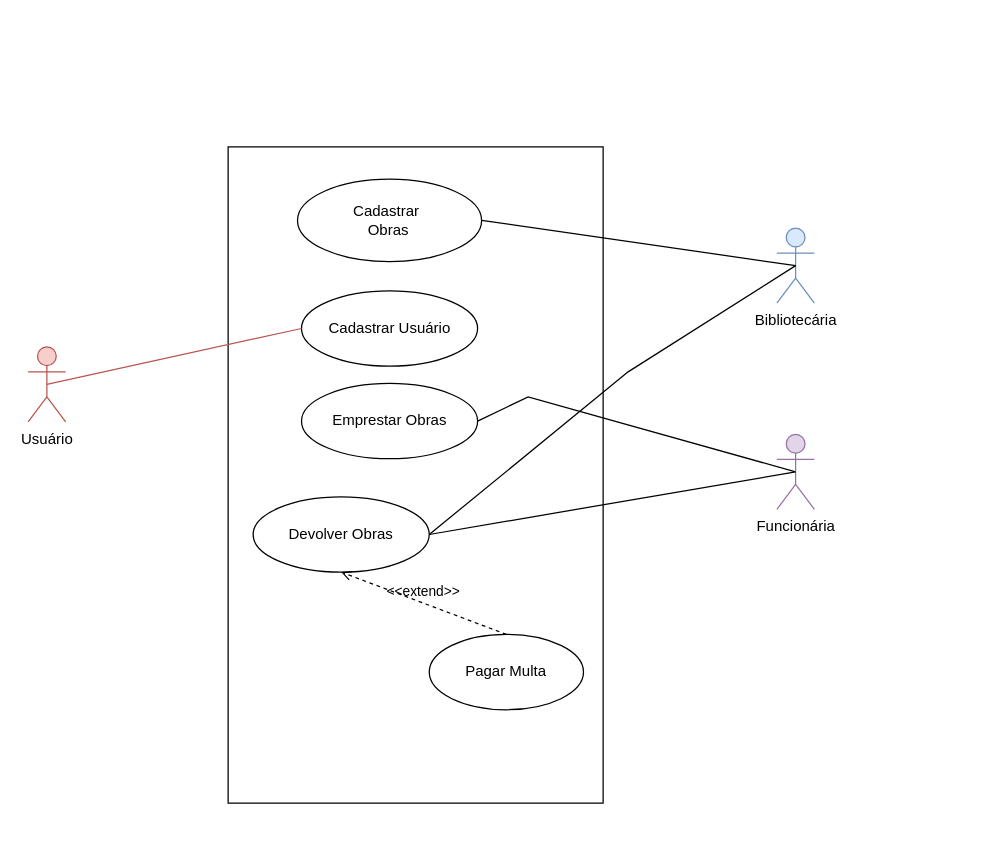
The draw.io diagram Diagrama1.drawio in NicolasEisfeld/Desen-Sistemas-EMI1, before the edit. Source tidied: cells renumbered, new cells numbered last; positions are measured from the earlier drawing's top-left corner, leaving out a move shared by most shapes. Both pictures are drawn from the tidied source at 125%, with x=0, y=0 at pixel (28, 146).
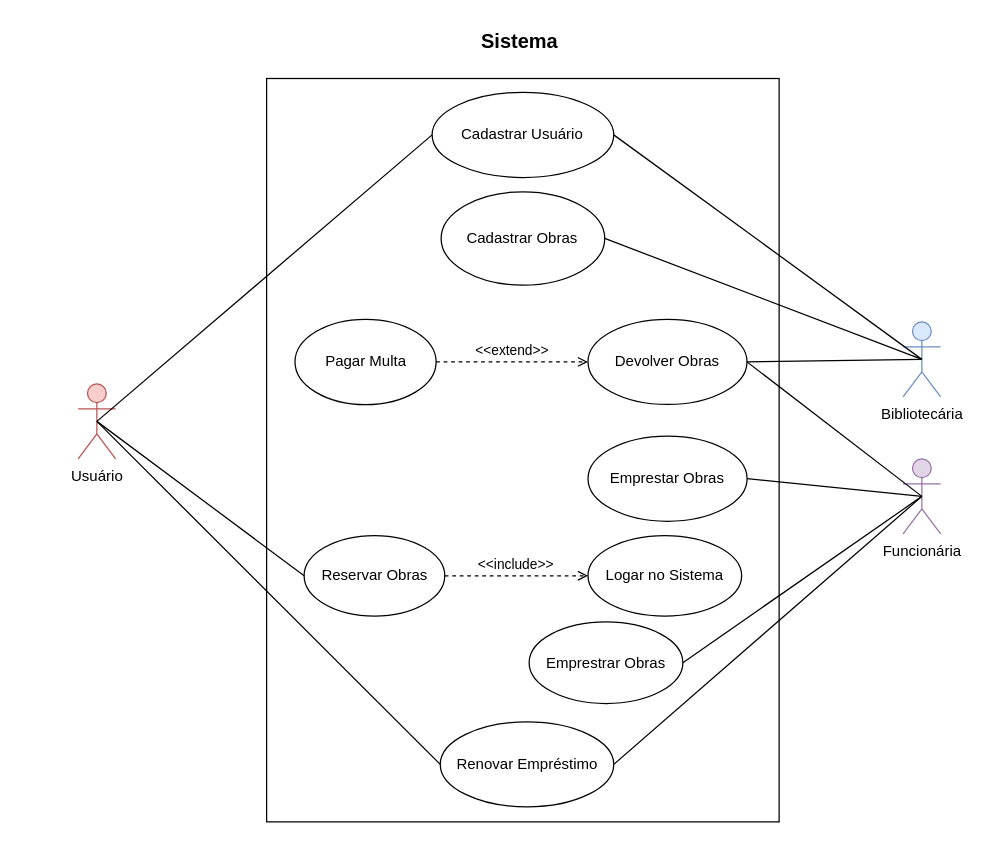
After the change.

Diff of the diagram source:
```diff
@@
     <mxCell id="2" value="Bibliotecária" style="shape=umlActor;verticalLabelPosition=bottom;verticalAlign=top;html=1;outlineConnect=0;fillColor=#dae8fc;strokeColor=#6c8ebf;" parent="1" vertex="1">
-      <mxGeometry x="599" y="65" width="30" height="60" as="geometry" />
+      <mxGeometry x="700" y="140" width="30" height="60" as="geometry" />
     </mxCell>
+    <mxCell id="11" value="Usuário" style="shape=umlActor;verticalLabelPosition=bottom;verticalAlign=top;html=1;fillColor=#f8cecc;strokeColor=#b85450;" parent="1" vertex="1">
+      <mxGeometry x="40" y="189.6" width="30" height="60" as="geometry" />
+    </mxCell>
+    <mxCell id="15" value="Funcionária" style="shape=umlActor;verticalLabelPosition=bottom;verticalAlign=top;html=1;fillColor=#e1d5e7;strokeColor=#9673a6;" parent="1" vertex="1">
+      <mxGeometry x="700" y="249.6" width="30" height="60" as="geometry" />
+    </mxCell>
+    <mxCell id="18" style="group;" parent="1" vertex="1">
+      <mxGeometry x="180" y="-100" width="410" height="640" as="geometry" />
+    </mxCell>
+    <mxCell id="19" style="group;" parent="18" vertex="1">
+      <mxGeometry x="10.8" y="11.3" width="410" height="628.7" as="geometry" />
+    </mxCell>
-    <mxCell id="3" style="group;rounded=0;dashed=1;" parent="1" vertex="1">
-      <mxGeometry x="160" width="300" height="525" as="geometry" />
+    <mxCell id="3" style="group;rounded=0;dashed=1;" parent="19" vertex="1">
+      <mxGeometry y="34" width="410" height="594.7" as="geometry" />
     </mxCell>
     <mxCell id="4" style="rounded=0;whiteSpace=wrap;html=1;" parent="3" vertex="1">
-      <mxGeometry width="300" height="525" as="geometry" />
+      <mxGeometry width="410" height="594.7" as="geometry" />
     </mxCell>
-    <mxCell id="5" value="Cadastrar&amp;nbsp;&lt;br&gt;Obras" style="ellipse;whiteSpace=wrap;html=1;" parent="3" vertex="1">
-      <mxGeometry x="55.5" y="25.8" width="147.3" height="66" as="geometry" />
+    <mxCell id="5" value="Cadastrar&amp;nbsp;Obras" style="ellipse;whiteSpace=wrap;html=1;" parent="3" vertex="1">
+      <mxGeometry x="139.6" y="90.6" width="130.9" height="74.7" as="geometry" />
     </mxCell>
     <mxCell id="6" value="Cadastrar Usuário" style="ellipse;whiteSpace=wrap;html=1;" parent="3" vertex="1">
-      <mxGeometry x="58.7" y="115.2" width="140.9" height="60.2" as="geometry" />
+      <mxGeometry x="132.4" y="11" width="145.3" height="68.2" as="geometry" />
     </mxCell>
     <mxCell id="7" value="Emprestar Obras" style="ellipse;whiteSpace=wrap;html=1;" parent="3" vertex="1">
-      <mxGeometry x="58.7" y="189.3" width="140.9" height="60.2" as="geometry" />
+      <mxGeometry x="257.1" y="286" width="127.3" height="68.2" as="geometry" />
     </mxCell>
     <mxCell id="8" value="Pagar Multa" style="ellipse;whiteSpace=wrap;html=1;" parent="3" vertex="1">
-      <mxGeometry x="160.9" y="390" width="123.4" height="60.3" as="geometry" />
+      <mxGeometry x="22.7" y="192.6" width="112.9" height="68.3" as="geometry" />
     </mxCell>
     <mxCell id="9" value="Devolver Obras" style="ellipse;whiteSpace=wrap;html=1;" parent="3" vertex="1">
-      <mxGeometry x="20" y="280" width="140.9" height="60.2" as="geometry" />
+      <mxGeometry x="257.1" y="192.6" width="127.2" height="68.2" as="geometry" />
     </mxCell>
-    <mxCell id="10" value="&amp;lt;&amp;lt;extend&amp;gt;&amp;gt;" style="html=1;verticalAlign=bottom;labelBackgroundColor=none;endArrow=open;endFill=0;dashed=1;rounded=0;exitX=0.5;exitY=0;exitDx=0;exitDy=0;entryX=0.5;entryY=1;entryDx=0;entryDy=0;" parent="3" edge="1" source="8" target="9">
+    <mxCell id="10" value="&amp;lt;&amp;lt;extend&amp;gt;&amp;gt;" style="html=1;verticalAlign=bottom;labelBackgroundColor=none;endArrow=open;endFill=0;dashed=1;rounded=0;exitX=1;exitY=0.5;exitDx=0;exitDy=0;entryX=0;entryY=0.5;entryDx=0;entryDy=0;" parent="3" edge="1" source="8" target="9">
       <mxGeometry relative="1" as="geometry" />
     </mxCell>
-    <mxCell id="11" value="Usuário" style="shape=umlActor;verticalLabelPosition=bottom;verticalAlign=top;html=1;fillColor=#f8cecc;strokeColor=#b85450;" parent="1" vertex="1">
-      <mxGeometry y="160" width="30" height="60" as="geometry" />
-    </mxCell>
-    <mxCell id="12" style="html=1;verticalAlign=bottom;labelBackgroundColor=none;endArrow=none;endFill=0;endSize=6;align=left;rounded=0;entryX=0.5;entryY=0.5;entryDx=0;entryDy=0;entryPerimeter=0;exitX=0;exitY=0.5;exitDx=0;exitDy=0;fillColor=#f8cecc;strokeColor=#b85450;" parent="1" edge="1" source="6" target="11">
-      <mxGeometry x="-1" relative="1" as="geometry" />
-    </mxCell>
+    <mxCell id="20" value="Reservar Obras" style="ellipse;whiteSpace=wrap;html=1;" parent="3" vertex="1">
+      <mxGeometry x="30" y="365.6" width="112.5" height="64.4" as="geometry" />
+    </mxCell>
+    <mxCell id="21" value="Logar no Sistema" style="ellipse;whiteSpace=wrap;html=1;" parent="3" vertex="1">
+      <mxGeometry x="257.1" y="365.6" width="122.9" height="64.4" as="geometry" />
+    </mxCell>
+    <mxCell id="22" value="&amp;lt;&amp;lt;include&amp;gt;&amp;gt;" style="html=1;verticalAlign=bottom;labelBackgroundColor=none;endArrow=open;endFill=0;dashed=1;rounded=0;exitX=1;exitY=0.5;exitDx=0;exitDy=0;entryX=0;entryY=0.5;entryDx=0;entryDy=0;" parent="3" edge="1" source="20" target="21">
+      <mxGeometry relative="1" as="geometry" />
+    </mxCell>
+    <mxCell id="23" value="Renovar Empréstimo" style="ellipse;whiteSpace=wrap;html=1;" parent="3" vertex="1">
+      <mxGeometry x="138.9" y="514.7" width="138.8" height="68" as="geometry" />
+    </mxCell>
+    <mxCell id="24" value="Emprestrar Obras" style="ellipse;whiteSpace=wrap;html=1;" parent="3" vertex="1">
+      <mxGeometry x="210" y="434.7" width="123" height="65.3" as="geometry" />
+    </mxCell>
+    <mxCell id="25" value="Sistema" style="text;html=1;align=center;verticalAlign=middle;strokeColor=none;fillColor=none;fontStyle=1;fontSize=16;" parent="19" vertex="1">
+      <mxGeometry x="161.8" y="-11.3" width="80" height="30" as="geometry" />
+    </mxCell>
@@
     <mxCell id="14" style="html=1;verticalAlign=bottom;labelBackgroundColor=none;endArrow=none;endFill=0;endSize=6;align=left;rounded=0;entryX=0.5;entryY=0.5;entryDx=0;entryDy=0;entryPerimeter=0;exitX=1;exitY=0.5;exitDx=0;exitDy=0;" parent="1" edge="1" source="7" target="15">
-      <mxGeometry x="-1" relative="1" as="geometry">
-        <Array as="points">
-          <mxPoint x="400" y="200" />
-        </Array>
-      </mxGeometry>
+      <mxGeometry x="-1" relative="1" as="geometry" />
     </mxCell>
-    <mxCell id="15" value="Funcionária" style="shape=umlActor;verticalLabelPosition=bottom;verticalAlign=top;html=1;fillColor=#e1d5e7;strokeColor=#9673a6;" parent="1" vertex="1">
-      <mxGeometry x="599" y="230" width="30" height="60" as="geometry" />
-    </mxCell>
+    <mxCell id="17" style="html=1;verticalAlign=bottom;labelBackgroundColor=none;endArrow=none;endFill=0;endSize=6;align=left;rounded=0;exitX=1;exitY=0.5;exitDx=0;exitDy=0;entryX=0.5;entryY=0.5;entryDx=0;entryDy=0;entryPerimeter=0;" parent="1" edge="1" source="9" target="2">
+      <mxGeometry x="-1" relative="1" as="geometry" />
+    </mxCell>
@@
-    <mxCell id="17" style="html=1;verticalAlign=bottom;labelBackgroundColor=none;endArrow=none;endFill=0;endSize=6;align=left;rounded=0;exitX=1;exitY=0.5;exitDx=0;exitDy=0;entryX=0.5;entryY=0.5;entryDx=0;entryDy=0;entryPerimeter=0;" parent="1" edge="1" source="9" target="2">
-      <mxGeometry x="-1" relative="1" as="geometry">
-        <Array as="points">
-          <mxPoint x="480" y="180" />
-        </Array>
-      </mxGeometry>
-    </mxCell>
+    <mxCell id="12" style="html=1;verticalAlign=bottom;labelBackgroundColor=none;endArrow=none;endFill=0;endSize=6;align=left;rounded=0;entryX=0.5;entryY=0.5;entryDx=0;entryDy=0;entryPerimeter=0;exitX=0;exitY=0.5;exitDx=0;exitDy=0;" parent="1" edge="1" source="6" target="11">
+      <mxGeometry x="-1" relative="1" as="geometry" />
+    </mxCell>
+    <mxCell id="26" style="html=1;verticalAlign=bottom;labelBackgroundColor=none;endArrow=none;endFill=0;endSize=6;align=left;rounded=0;entryX=0.5;entryY=0.5;entryDx=0;entryDy=0;entryPerimeter=0;exitX=0;exitY=0.5;exitDx=0;exitDy=0;" parent="1" edge="1" source="20" target="11">
+      <mxGeometry x="-1" relative="1" as="geometry" />
+    </mxCell>
+    <mxCell id="27" style="html=1;verticalAlign=bottom;labelBackgroundColor=none;endArrow=none;endFill=0;endSize=6;align=left;rounded=0;entryX=0.5;entryY=0.5;entryDx=0;entryDy=0;entryPerimeter=0;exitX=1;exitY=0.5;exitDx=0;exitDy=0;" parent="1" edge="1" source="23" target="15">
+      <mxGeometry x="-1" relative="1" as="geometry" />
+    </mxCell>
+    <mxCell id="28" style="html=1;verticalAlign=bottom;labelBackgroundColor=none;endArrow=none;endFill=0;endSize=6;align=left;rounded=0;entryX=0.5;entryY=0.5;entryDx=0;entryDy=0;entryPerimeter=0;exitX=1;exitY=0.5;exitDx=0;exitDy=0;" parent="1" edge="1" source="6" target="2">
+      <mxGeometry x="-1" relative="1" as="geometry" />
+    </mxCell>
+    <mxCell id="29" style="html=1;verticalAlign=bottom;labelBackgroundColor=none;endArrow=none;endFill=0;endSize=6;align=left;rounded=0;entryX=0.5;entryY=0.5;entryDx=0;entryDy=0;entryPerimeter=0;exitX=0;exitY=0.5;exitDx=0;exitDy=0;" parent="1" edge="1" source="23" target="11">
+      <mxGeometry x="-1" relative="1" as="geometry" />
+    </mxCell>
+    <mxCell id="30" style="html=1;verticalAlign=bottom;labelBackgroundColor=none;endArrow=none;endFill=0;endSize=6;align=left;rounded=0;entryX=0.5;entryY=0.5;entryDx=0;entryDy=0;entryPerimeter=0;exitX=1;exitY=0.5;exitDx=0;exitDy=0;" parent="1" edge="1" source="24" target="15">
+      <mxGeometry x="-1" relative="1" as="geometry" />
+    </mxCell>
```
